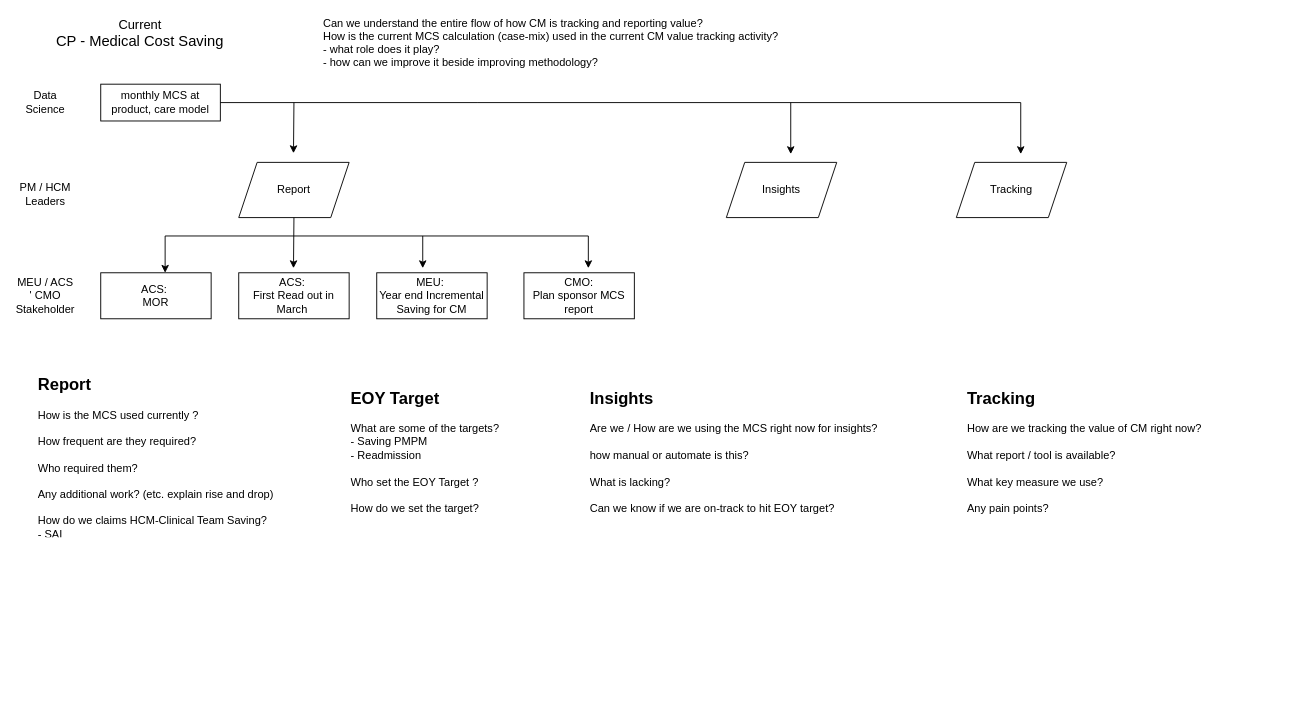
Earlier version of the draw.io diagram CP_Medical_saving_flow_chart.drawio (miaow27/miaow27). Source tidied: cells renumbered, new cells numbered last; positions are measured from the earlier drawing's top-left corner, leaving out a move shared by most shapes. Both pictures are drawn from the tidied source at 92%, with x=0, y=0 at pixel (17, 19).
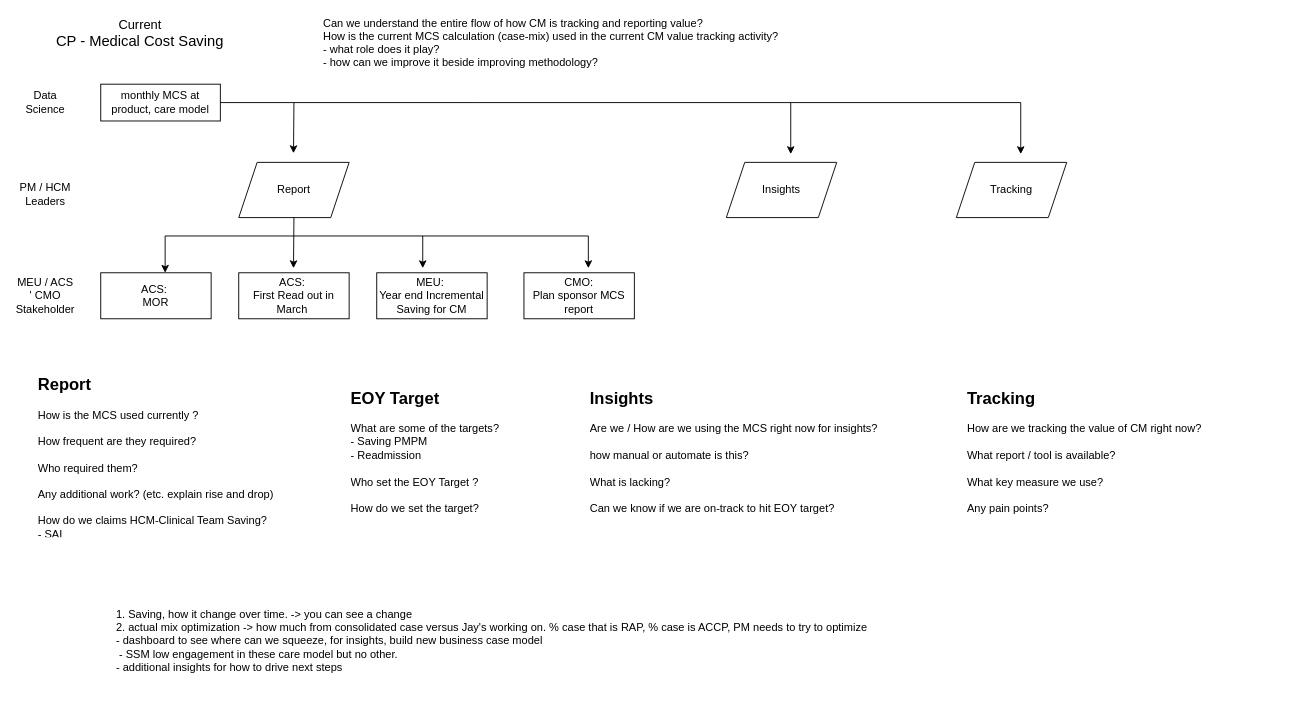
After the change.

Diff of the diagram source:
```diff
@@
+    <mxCell id="28" value="1. Saving, how it change over time. -&amp;gt; you can see a change&lt;div&gt;2. actual mix optimization -&amp;gt; how much from consolidated case versus Jay's working on. % case that is RAP, % case is ACCP, PM needs to try to optimize&lt;/div&gt;&lt;div&gt;- dashboard to see where can we squeeze, for insights, build new business case model&amp;nbsp;&lt;/div&gt;&lt;div&gt;&amp;nbsp;- SSM low engagement in these care model but no other.&amp;nbsp;&lt;/div&gt;&lt;div&gt;- additional insights for how to drive next steps&lt;/div&gt;" style="text;html=1;align=left;verticalAlign=middle;whiteSpace=wrap;rounded=0;" parent="1" vertex="1">
+      <mxGeometry x="105" y="620" width="935" height="110" as="geometry" />
+    </mxCell>
```
